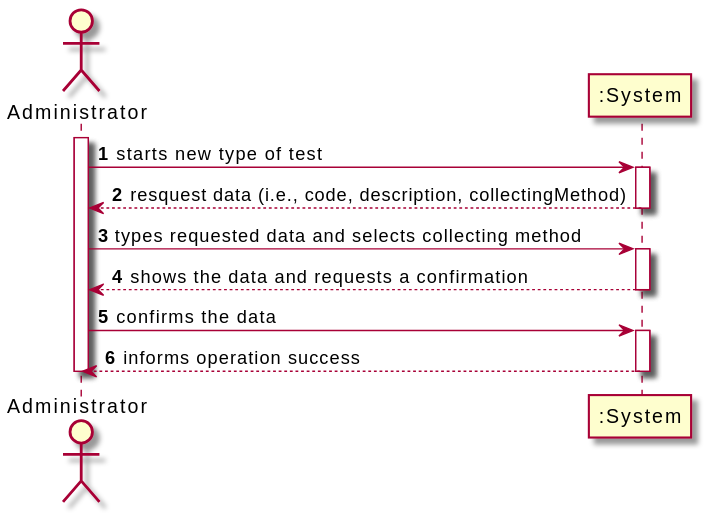
The PlantUML diagram docs/SprintB/US_9/UC9_SSD.svg in RuiRioPina/LAPR2-20-21, before a commit. Source of this version:
```plantuml
@startuml
autonumber
actor "Administrator" as ADMIN

activate ADMIN
ADMIN-> ":System" : starts new type of test
activate ":System"
":System" --> ADMIN : resquest data (i.e., code, description, collectingMethod)
deactivate ":System"

ADMIN -> ":System" : types requested data and selects collecting method
activate ":System"
":System" --> ADMIN : shows the data and requests a confirmation
deactivate ":System"

ADMIN -> ":System" : confirms the data
activate ":System"
":System" --> ADMIN : informs operation success
deactivate ":System"

deactivate ADMIN
@enduml
```
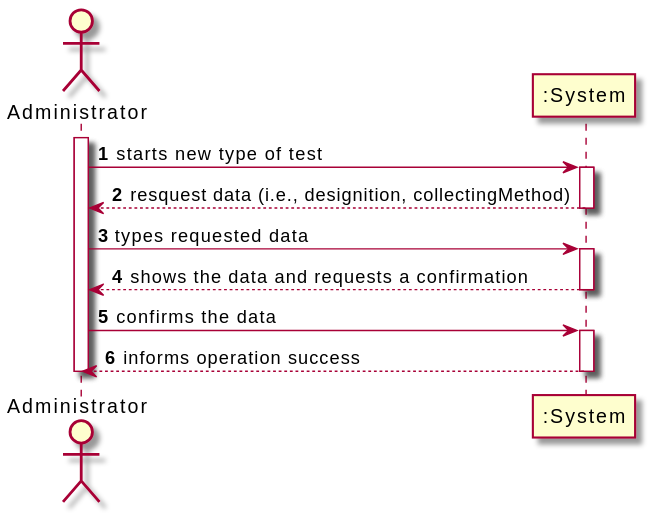
Later version of the same file.

What changed in the source:
```diff
@@ -5,10 +5,10 @@
 activate ADMIN
 ADMIN-> ":System" : starts new type of test
 activate ":System"
-":System" --> ADMIN : resquest data (i.e., code, description, collectingMethod)
+":System" --> ADMIN : resquest data (i.e., designition, collectingMethod)
 deactivate ":System"
 
-ADMIN -> ":System" : types requested data and selects collecting method
+ADMIN -> ":System" : types requested data
 activate ":System"
 ":System" --> ADMIN : shows the data and requests a confirmation
 deactivate ":System"
```
